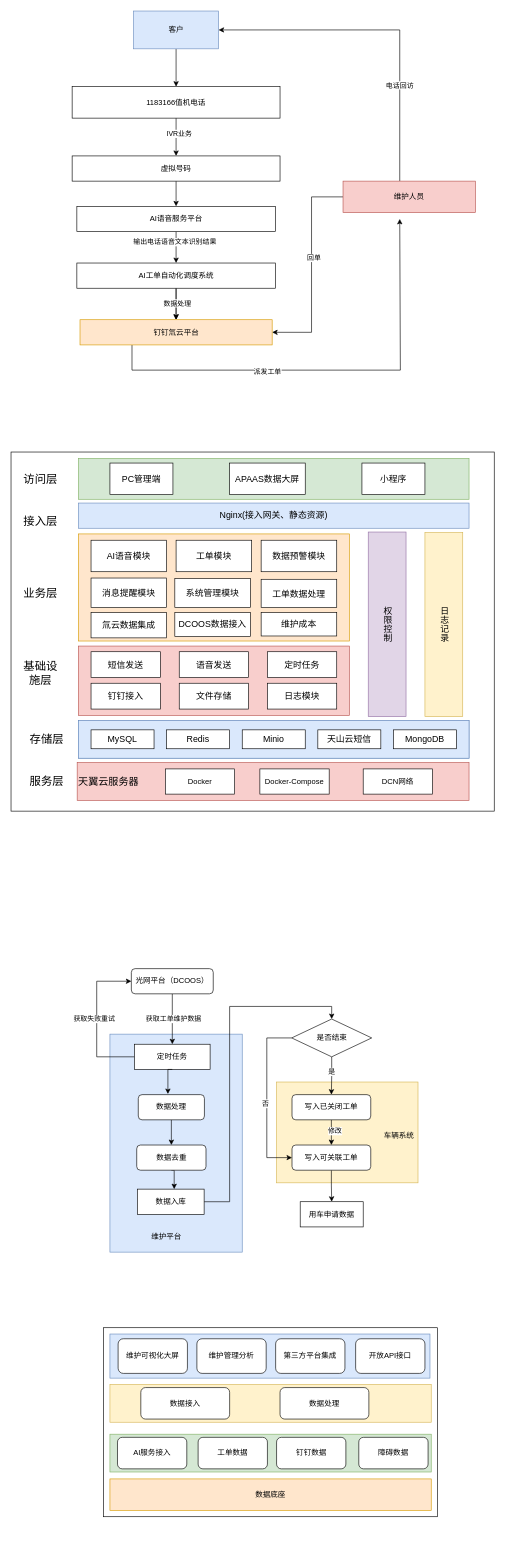
This is AI工单自动化调度系统.drawio from lvpv/atlas, a draw.io file, before an edit. Source tidied: cells renumbered, new cells numbered last; positions are measured from the earlier drawing's top-left corner, leaving out a move shared by most shapes. Both pictures are drawn from the tidied source at 63%, with x=0, y=0 at pixel (11, 11).
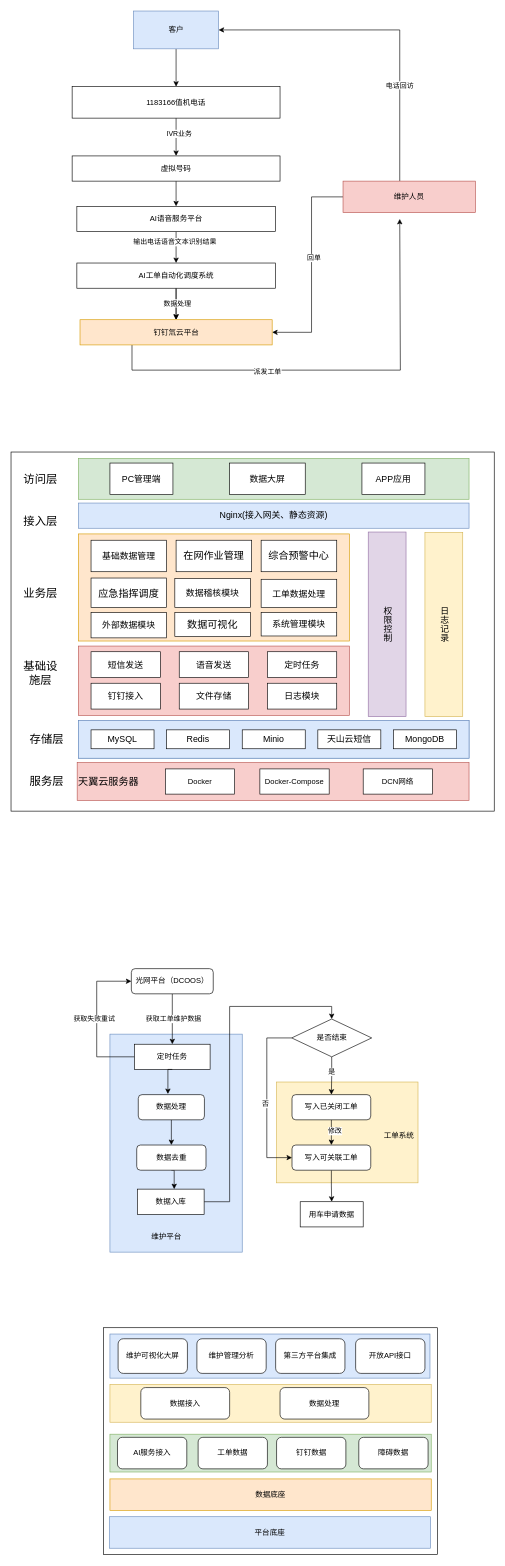
The same page after the edit.

Commit message:
更新AI工单自动化调度系统.drawio

Change to the diagram source:
```diff
@@
     <mxCell id="2" style="rounded=0;whiteSpace=wrap;html=1;" parent="1" vertex="1">
-      <mxGeometry x="147" y="2090" width="530" height="300" as="geometry" />
+      <mxGeometry x="147" y="2090" width="530" height="360" as="geometry" />
     </mxCell>
@@
-    <mxCell id="30" value="APAAS数据大屏" style="rounded=0;whiteSpace=wrap;html=1;fontSize=14;" parent="1" vertex="1">
+    <mxCell id="30" value="数据大屏" style="rounded=0;whiteSpace=wrap;html=1;fontSize=14;" parent="1" vertex="1">
       <mxGeometry x="347" y="717.5" width="120" height="50" as="geometry" />
     </mxCell>
-    <mxCell id="31" value="小程序" style="rounded=0;whiteSpace=wrap;html=1;fontSize=14;" parent="1" vertex="1">
+    <mxCell id="31" value="APP应用" style="rounded=0;whiteSpace=wrap;html=1;fontSize=14;" parent="1" vertex="1">
       <mxGeometry x="557" y="717.5" width="100" height="50" as="geometry" />
     </mxCell>
@@
-    <mxCell id="34" value="AI语音模块" style="rounded=0;whiteSpace=wrap;html=1;fontSize=14;" parent="1" vertex="1">
+    <mxCell id="34" value="基础数据管理" style="rounded=0;whiteSpace=wrap;html=1;fontSize=14;" parent="1" vertex="1">
       <mxGeometry x="127" y="840" width="120" height="50" as="geometry" />
     </mxCell>
-    <mxCell id="35" value="工单模块" style="rounded=0;whiteSpace=wrap;html=1;fontSize=14;" parent="1" vertex="1">
+    <mxCell id="35" value="&lt;p class=&quot;MsoNormal&quot;&gt;&lt;span style=&quot;mso-spacerun:'yes';font-family:仿宋_GB2312;font-size:12.0000pt;&lt;br/&gt;mso-font-kerning:1.0000pt;&quot;&gt;在网作业管理&lt;/span&gt;&lt;/p&gt;" style="rounded=0;whiteSpace=wrap;html=1;fontSize=14;" parent="1" vertex="1">
       <mxGeometry x="262" y="840" width="120" height="50" as="geometry" />
     </mxCell>
-    <mxCell id="36" value="系统管理模块" style="rounded=0;whiteSpace=wrap;html=1;fontSize=14;" parent="1" vertex="1">
+    <mxCell id="36" value="数据稽核模块" style="rounded=0;whiteSpace=wrap;html=1;fontSize=14;" parent="1" vertex="1">
       <mxGeometry x="260" y="901" width="120" height="46" as="geometry" />
     </mxCell>
-    <mxCell id="37" value="消息提醒模块" style="rounded=0;whiteSpace=wrap;html=1;fontSize=14;" parent="1" vertex="1">
+    <mxCell id="37" value="&lt;p class=&quot;MsoNormal&quot;&gt;&lt;span style=&quot;mso-spacerun:'yes';font-family:仿宋_GB2312;font-size:12.0000pt;&lt;br/&gt;mso-font-kerning:1.0000pt;&quot;&gt;应急指挥调度&lt;/span&gt;&lt;/p&gt;" style="rounded=0;whiteSpace=wrap;html=1;fontSize=14;" parent="1" vertex="1">
       <mxGeometry x="127" y="900" width="120" height="47" as="geometry" />
     </mxCell>
@@
-    <mxCell id="64" value="数据预警模块" style="rounded=0;whiteSpace=wrap;html=1;fontSize=14;" parent="1" vertex="1">
+    <mxCell id="64" value="&lt;p class=&quot;MsoNormal&quot;&gt;&lt;span style=&quot;mso-spacerun:'yes';font-family:仿宋_GB2312;font-size:12.0000pt;&lt;br/&gt;mso-font-kerning:1.0000pt;&quot;&gt;综合预警中心&lt;/span&gt;&lt;/p&gt;" style="rounded=0;whiteSpace=wrap;html=1;fontSize=14;" parent="1" vertex="1">
       <mxGeometry x="397" y="840" width="120" height="50" as="geometry" />
     </mxCell>
@@
-    <mxCell id="91" value="车辆系统" style="text;html=1;align=center;verticalAlign=middle;whiteSpace=wrap;rounded=0;" parent="1" vertex="1">
+    <mxCell id="91" value="工单系统" style="text;html=1;align=center;verticalAlign=middle;whiteSpace=wrap;rounded=0;" parent="1" vertex="1">
       <mxGeometry x="586" y="1770" width="60" height="30" as="geometry" />
     </mxCell>
@@
-    <mxCell id="100" value="氚云数据集成" style="rounded=0;whiteSpace=wrap;html=1;fontSize=14;" parent="1" vertex="1">
+    <mxCell id="100" value="外部数据模块" style="rounded=0;whiteSpace=wrap;html=1;fontSize=14;" parent="1" vertex="1">
       <mxGeometry x="127" y="955" width="120" height="40" as="geometry" />
     </mxCell>
-    <mxCell id="101" value="DCOOS数据接入" style="rounded=0;whiteSpace=wrap;html=1;fontSize=14;" parent="1" vertex="1">
+    <mxCell id="101" value="&lt;p class=&quot;MsoNormal&quot;&gt;&lt;span style=&quot;mso-spacerun:'yes';font-family:仿宋_GB2312;font-size:12.0000pt;&lt;br/&gt;mso-font-kerning:1.0000pt;&quot;&gt;数据可视化&lt;/span&gt;&lt;/p&gt;" style="rounded=0;whiteSpace=wrap;html=1;fontSize=14;" parent="1" vertex="1">
       <mxGeometry x="260" y="955" width="120" height="38" as="geometry" />
     </mxCell>
-    <mxCell id="102" value="维护成本" style="rounded=0;whiteSpace=wrap;html=1;fontSize=14;" parent="1" vertex="1">
+    <mxCell id="102" value="系统管理模块" style="rounded=0;whiteSpace=wrap;html=1;fontSize=14;" parent="1" vertex="1">
       <mxGeometry x="397" y="955" width="120" height="37" as="geometry" />
     </mxCell>
@@
+    <mxCell id="110" value="平台底座" style="rounded=0;whiteSpace=wrap;html=1;fillColor=#dae8fc;strokeColor=#6c8ebf;" parent="1" vertex="1">
+      <mxGeometry x="156" y="2390" width="510" height="50" as="geometry" />
+    </mxCell>
```
